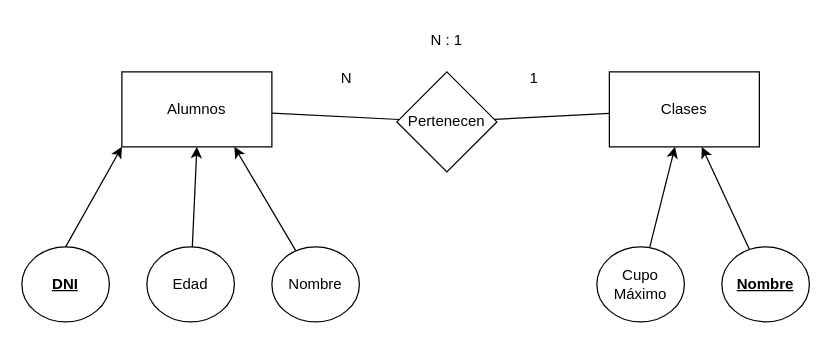
This is escuela.drawio from pedronieto84/lowcode-nocode, a draw.io file, before an edit. Source tidied: cells renumbered, new cells numbered last; positions are measured from the earlier drawing's top-left corner, leaving out a move shared by most shapes. Both pictures are drawn from the tidied source at 125%, with x=0, y=0 at pixel (21, 21).
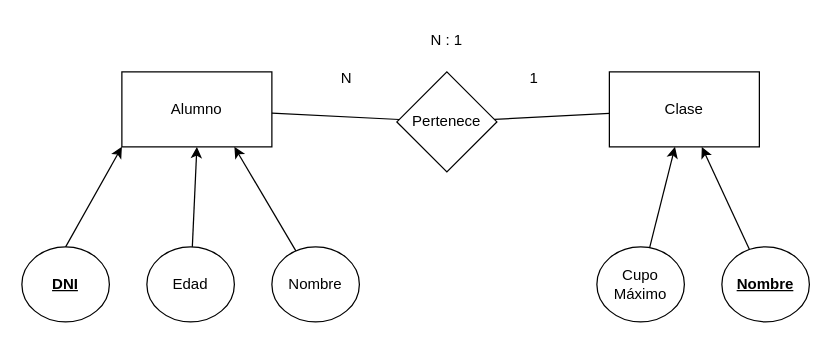
After the change.

Commit message (it also covers changes not shown here):
Cambio a singulares el ejercicio de Escuela

Diff of the diagram source:
```diff
@@
 <mxGraphModel>
   <root>
     <mxCell id="0" />
     <mxCell id="1" parent="0" />
-    <mxCell id="2" value="Alumnos" style="rounded=0;whiteSpace=wrap;html=1;" parent="1" vertex="1">
+    <mxCell id="2" value="Alumno" style="rounded=0;whiteSpace=wrap;html=1;" parent="1" vertex="1">
       <mxGeometry x="80" y="40" width="120" height="60" as="geometry" />
     </mxCell>
-    <mxCell id="3" value="Clases" style="rounded=0;whiteSpace=wrap;html=1;" parent="1" vertex="1">
+    <mxCell id="3" value="Clase" style="rounded=0;whiteSpace=wrap;html=1;" parent="1" vertex="1">
       <mxGeometry x="470" y="40" width="120" height="60" as="geometry" />
     </mxCell>
     <mxCell id="4" style="edgeStyle=none;html=1;entryX=0.5;entryY=1;entryDx=0;entryDy=0;" parent="1" edge="1" source="5" target="2">
       <mxGeometry relative="1" as="geometry" />
     </mxCell>
     <mxCell id="5" value="Edad" style="ellipse;whiteSpace=wrap;html=1;" parent="1" vertex="1">
       <mxGeometry x="100" y="180" width="70" height="60" as="geometry" />
     </mxCell>
     <mxCell id="6" style="edgeStyle=none;html=1;entryX=0.75;entryY=1;entryDx=0;entryDy=0;" parent="1" edge="1" source="7" target="2">
       <mxGeometry relative="1" as="geometry" />
     </mxCell>
     <mxCell id="7" value="Nombre" style="ellipse;whiteSpace=wrap;html=1;" parent="1" vertex="1">
       <mxGeometry x="200" y="180" width="70" height="60" as="geometry" />
     </mxCell>
     <mxCell id="8" style="edgeStyle=none;html=1;exitX=0.5;exitY=0;exitDx=0;exitDy=0;entryX=0;entryY=1;entryDx=0;entryDy=0;" parent="1" edge="1" source="9" target="2">
       <mxGeometry relative="1" as="geometry" />
     </mxCell>
     <mxCell id="9" value="DNI" style="ellipse;whiteSpace=wrap;html=1;fontStyle=5;" parent="1" vertex="1">
       <mxGeometry y="180" width="70" height="60" as="geometry" />
     </mxCell>
     <mxCell id="10" style="edgeStyle=none;html=1;" parent="1" edge="1" source="11" target="3">
       <mxGeometry relative="1" as="geometry" />
     </mxCell>
     <mxCell id="11" value="Cupo Máximo" style="ellipse;whiteSpace=wrap;html=1;" parent="1" vertex="1">
       <mxGeometry x="460" y="180" width="70" height="60" as="geometry" />
     </mxCell>
     <mxCell id="12" style="edgeStyle=none;html=1;" parent="1" edge="1" source="13" target="3">
       <mxGeometry relative="1" as="geometry" />
     </mxCell>
     <mxCell id="13" value="Nombre" style="ellipse;whiteSpace=wrap;html=1;fontStyle=5;" parent="1" vertex="1">
       <mxGeometry x="560" y="180" width="70" height="60" as="geometry" />
     </mxCell>
     <mxCell id="14" style="edgeStyle=none;html=1;endArrow=none;endFill=0;" parent="1" edge="1" source="16" target="2">
       <mxGeometry relative="1" as="geometry" />
     </mxCell>
     <mxCell id="15" style="edgeStyle=none;html=1;endArrow=none;endFill=0;" parent="1" edge="1" source="16" target="3">
       <mxGeometry relative="1" as="geometry" />
     </mxCell>
-    <mxCell id="16" value="Pertenecen" style="rhombus;whiteSpace=wrap;html=1;" parent="1" vertex="1">
+    <mxCell id="16" value="Pertenece" style="rhombus;whiteSpace=wrap;html=1;" parent="1" vertex="1">
       <mxGeometry x="300" y="40" width="80" height="80" as="geometry" />
     </mxCell>
     <mxCell id="17" value="N : 1" style="text;html=1;strokeColor=none;fillColor=none;align=center;verticalAlign=middle;whiteSpace=wrap;rounded=0;" parent="1" vertex="1">
       <mxGeometry x="310" width="60" height="30" as="geometry" />
     </mxCell>
     <mxCell id="18" value="1" style="text;html=1;strokeColor=none;fillColor=none;align=center;verticalAlign=middle;whiteSpace=wrap;rounded=0;" parent="1" vertex="1">
       <mxGeometry x="380" y="30" width="60" height="30" as="geometry" />
     </mxCell>
     <mxCell id="19" value="N" style="text;html=1;strokeColor=none;fillColor=none;align=center;verticalAlign=middle;whiteSpace=wrap;rounded=0;" parent="1" vertex="1">
       <mxGeometry x="230" y="30" width="60" height="30" as="geometry" />
     </mxCell>
   </root>
 </mxGraphModel>
```
